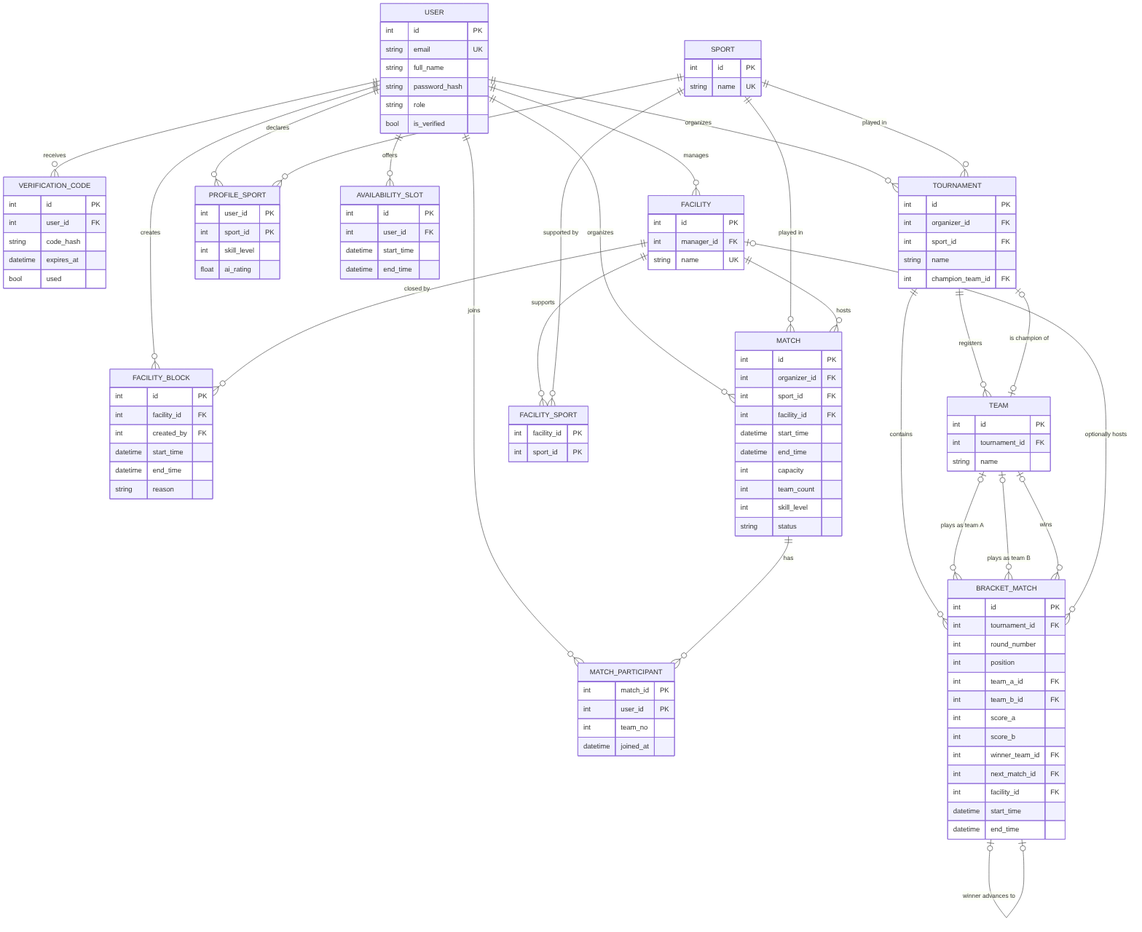
Before: docs/analysis/data/er_diagram.png, a diagram exported from Mermaid (emir-heval-arda-harun/CMPE-331-project). Its source is kept beside it as docs/analysis/data/er_diagram.mmd.
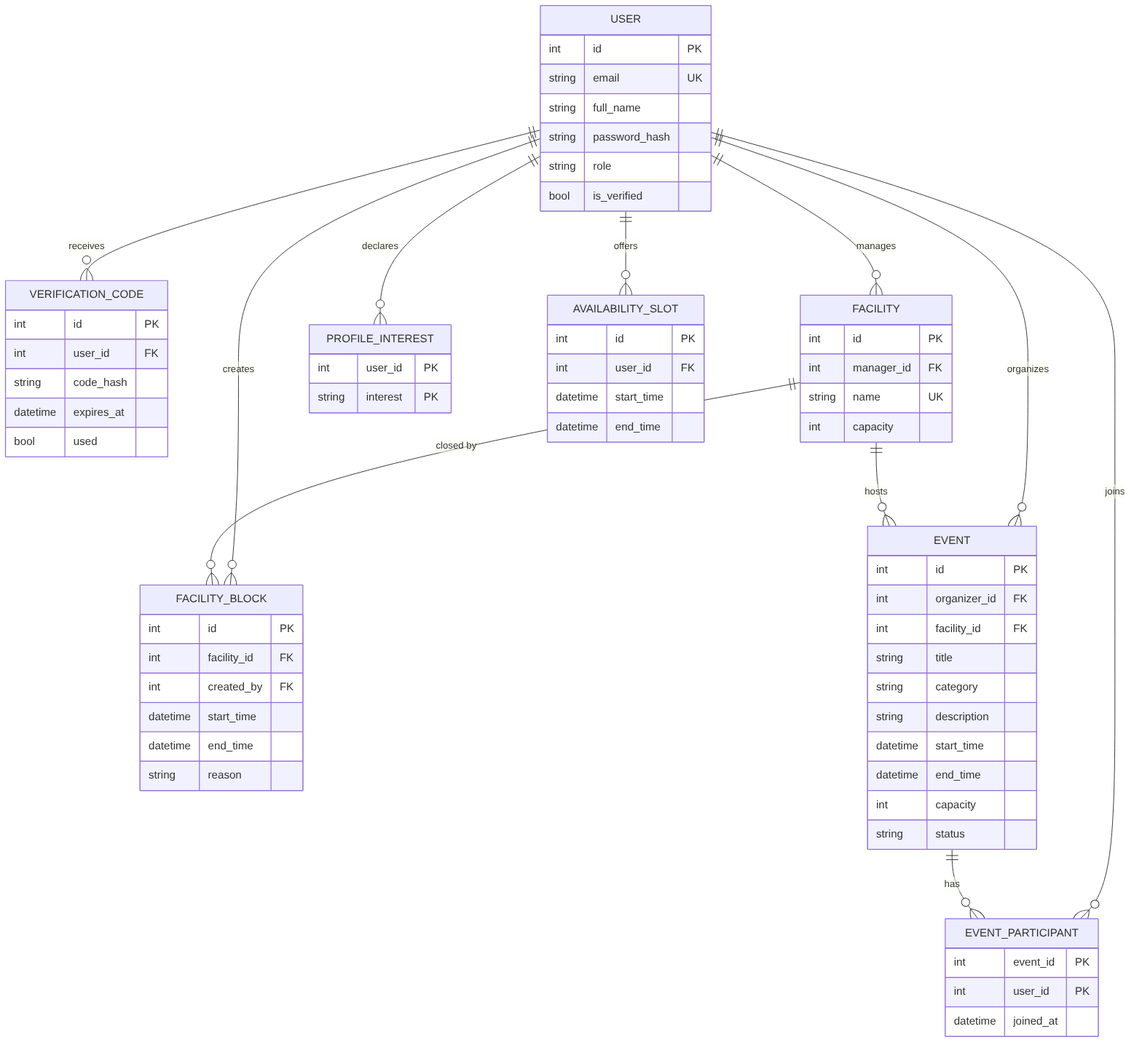
Later version of the same file.

What changed in the source:
```diff
@@ -2,27 +2,13 @@
     USER ||--o{ VERIFICATION_CODE : receives
     USER ||--o{ FACILITY : manages
     USER ||--o{ FACILITY_BLOCK : "creates"
-    USER ||--o{ PROFILE_SPORT : declares
-    SPORT ||--o{ PROFILE_SPORT : "rated in"
+    USER ||--o{ PROFILE_INTEREST : declares
     USER ||--o{ AVAILABILITY_SLOT : offers
-    USER ||--o{ MATCH : organizes
-    USER ||--o{ MATCH_PARTICIPANT : joins
-    MATCH ||--o{ MATCH_PARTICIPANT : has
-    SPORT ||--o{ MATCH : "played in"
-    FACILITY ||--o{ MATCH : hosts
-    FACILITY ||--o{ FACILITY_SPORT : supports
-    SPORT ||--o{ FACILITY_SPORT : "supported by"
+    USER ||--o{ EVENT : organizes
+    USER ||--o{ EVENT_PARTICIPANT : joins
+    EVENT ||--o{ EVENT_PARTICIPANT : has
+    FACILITY ||--o{ EVENT : hosts
     FACILITY ||--o{ FACILITY_BLOCK : "closed by"
-    USER ||--o{ TOURNAMENT : organizes
-    SPORT ||--o{ TOURNAMENT : "played in"
-    TOURNAMENT ||--o{ TEAM : registers
-    TOURNAMENT ||--o{ BRACKET_MATCH : contains
-    TEAM |o--o{ BRACKET_MATCH : "plays as team A"
-    TEAM |o--o{ BRACKET_MATCH : "plays as team B"
-    TEAM |o--o{ BRACKET_MATCH : "wins"
-    TEAM |o--o| TOURNAMENT : "is champion of"
-    BRACKET_MATCH |o--o| BRACKET_MATCH : "winner advances to"
-    FACILITY |o--o{ BRACKET_MATCH : "optionally hosts"
 
     USER {
         int id PK
@@ -39,15 +25,9 @@
         datetime expires_at
         bool used
     }
-    SPORT {
-        int id PK
-        string name UK
-    }
-    PROFILE_SPORT {
+    PROFILE_INTEREST {
         int user_id PK
-        int sport_id PK
-        int skill_level
-        float ai_rating
+        string interest PK
     }
     AVAILABILITY_SLOT {
         int id PK
@@ -59,10 +39,7 @@
         int id PK
         int manager_id FK
         string name UK
-    }
-    FACILITY_SPORT {
-        int facility_id PK
-        int sport_id PK
+        int capacity
     }
     FACILITY_BLOCK {
         int id PK
@@ -72,48 +49,20 @@
         datetime end_time
         string reason
     }
-    MATCH {
+    EVENT {
         int id PK
         int organizer_id FK
-        int sport_id FK
         int facility_id FK
+        string title
+        string category
+        string description
         datetime start_time
         datetime end_time
         int capacity
-        int team_count
-        int skill_level
         string status
     }
-    MATCH_PARTICIPANT {
-        int match_id PK
+    EVENT_PARTICIPANT {
+        int event_id PK
         int user_id PK
-        int team_no
         datetime joined_at
     }
-    TOURNAMENT {
-        int id PK
-        int organizer_id FK
-        int sport_id FK
-        string name
-        int champion_team_id FK
-    }
-    TEAM {
-        int id PK
-        int tournament_id FK
-        string name
-    }
-    BRACKET_MATCH {
-        int id PK
-        int tournament_id FK
-        int round_number
-        int position
-        int team_a_id FK
-        int team_b_id FK
-        int score_a
-        int score_b
-        int winner_team_id FK
-        int next_match_id FK
-        int facility_id FK
-        datetime start_time
-        datetime end_time
-    }
```
